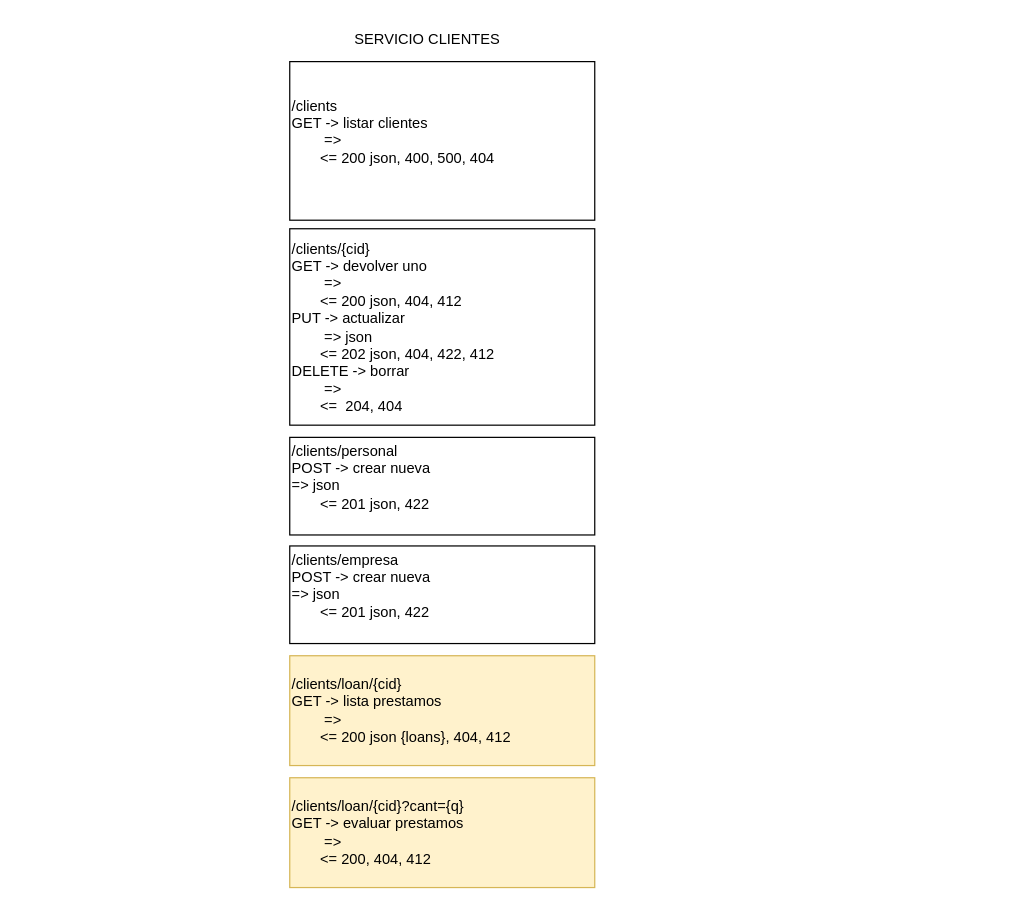
Earlier version of the draw.io diagram ApiCliente.drawio (rrdamirr/Reto6Equipo4). Source tidied: cells renumbered, new cells numbered last; positions are measured from the earlier drawing's top-left corner, leaving out a move shared by most shapes. Both pictures are drawn from the tidied source at 122%, with x=0, y=0 at pixel (289, 21).
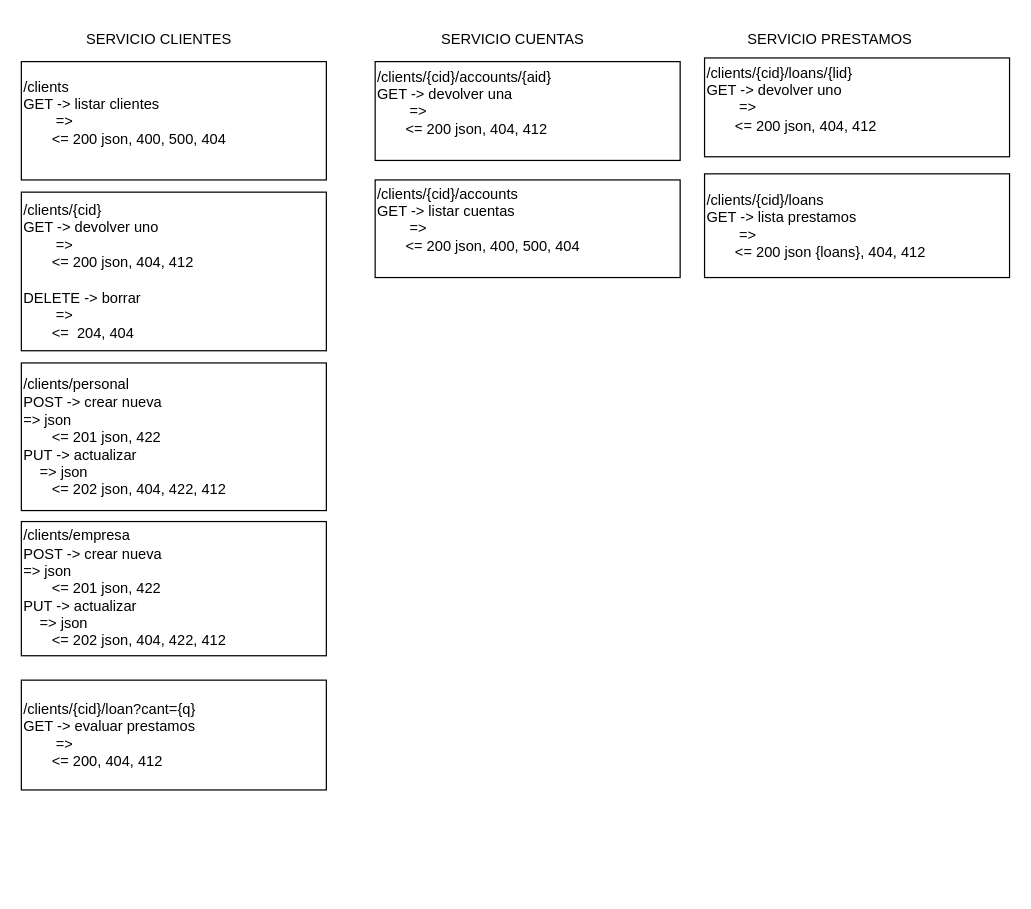
After the change.

The edit, as a diff of the source:
```diff
@@
 <mxGraphModel>
   <root>
     <mxCell id="0" />
     <mxCell id="1" parent="0" />
     <mxCell id="2" value="/clients&lt;br&gt;GET -&amp;gt; listar clientes&lt;br&gt;&amp;nbsp; &amp;nbsp; &amp;nbsp; &amp;nbsp; =&amp;gt;&amp;nbsp;&lt;br&gt;&amp;nbsp; &amp;nbsp; &amp;nbsp; &amp;nbsp;&amp;lt;= 200 json, 400, 500, 404&amp;nbsp;&lt;div&gt;&lt;br/&gt;&lt;/div&gt;" style="rounded=0;whiteSpace=wrap;html=1;align=left;" parent="1" vertex="1">
-      <mxGeometry y="33" width="250" height="130" as="geometry" />
+      <mxGeometry x="-220" y="33" width="250" height="97" as="geometry" />
     </mxCell>
     <mxCell id="3" value="SERVICIO CLIENTES" style="text;html=1;align=center;verticalAlign=middle;whiteSpace=wrap;rounded=0;" parent="1" vertex="1">
-      <mxGeometry x="30" width="166" height="30" as="geometry" />
+      <mxGeometry x="-190" width="166" height="30" as="geometry" />
     </mxCell>
-    <mxCell id="4" value="/clients/{cid}&lt;br&gt;GET -&amp;gt; devolver uno&lt;br&gt;&amp;nbsp; &amp;nbsp; &amp;nbsp; &amp;nbsp; =&amp;gt;&amp;nbsp;&lt;br&gt;&amp;nbsp; &amp;nbsp; &amp;nbsp; &amp;nbsp;&amp;lt;= 200 json, 404, 412&amp;nbsp;&lt;br&gt;PUT -&amp;gt; actualizar&lt;br&gt;&lt;span style=&quot;white-space: pre;&quot;&gt;&#9;&lt;/span&gt;=&amp;gt; json&lt;br&gt;&amp;nbsp; &amp;nbsp; &amp;nbsp; &amp;nbsp;&amp;lt;= 202 json, 404, 422, 412&lt;br&gt;DELETE -&amp;gt; borrar&lt;br&gt;&amp;nbsp; &amp;nbsp; &amp;nbsp; &amp;nbsp; =&amp;gt;&amp;nbsp;&lt;br&gt;&amp;nbsp; &amp;nbsp; &amp;nbsp; &amp;nbsp;&amp;lt;=&amp;nbsp; 204, 404" style="rounded=0;whiteSpace=wrap;html=1;align=left;" parent="1" vertex="1">
-      <mxGeometry y="170" width="250" height="161" as="geometry" />
+    <mxCell id="4" value="/clients/{cid}&lt;br&gt;GET -&amp;gt; devolver uno&lt;br&gt;&amp;nbsp; &amp;nbsp; &amp;nbsp; &amp;nbsp; =&amp;gt;&amp;nbsp;&lt;br&gt;&amp;nbsp; &amp;nbsp; &amp;nbsp; &amp;nbsp;&amp;lt;= 200 json, 404, 412&amp;nbsp;&lt;br&gt;&lt;br&gt;DELETE -&amp;gt; borrar&lt;br&gt;&amp;nbsp; &amp;nbsp; &amp;nbsp; &amp;nbsp; =&amp;gt;&amp;nbsp;&lt;br&gt;&amp;nbsp; &amp;nbsp; &amp;nbsp; &amp;nbsp;&amp;lt;=&amp;nbsp; 204, 404" style="rounded=0;whiteSpace=wrap;html=1;align=left;" parent="1" vertex="1">
+      <mxGeometry x="-220" y="140" width="250" height="130" as="geometry" />
     </mxCell>
-    <mxCell id="5" value="/clients/loan/{cid}&lt;br&gt;GET -&amp;gt; lista prestamos&lt;br&gt;&amp;nbsp; &amp;nbsp; &amp;nbsp; &amp;nbsp; =&amp;gt;&amp;nbsp;&lt;br&gt;&amp;nbsp; &amp;nbsp; &amp;nbsp; &amp;nbsp;&amp;lt;= 200 json {loans}, 404, 412&amp;nbsp;" style="rounded=0;whiteSpace=wrap;html=1;align=left;fillColor=#fff2cc;strokeColor=#d6b656;" parent="1" vertex="1">
-      <mxGeometry y="520" width="250" height="90" as="geometry" />
+    <mxCell id="5" value="/clients/{cid}/loans&lt;br&gt;GET -&amp;gt; lista prestamos&lt;br&gt;&amp;nbsp; &amp;nbsp; &amp;nbsp; &amp;nbsp; =&amp;gt;&amp;nbsp;&lt;br&gt;&amp;nbsp; &amp;nbsp; &amp;nbsp; &amp;nbsp;&amp;lt;= 200 json {loans}, 404, 412&amp;nbsp;" style="rounded=0;whiteSpace=wrap;html=1;align=left;fillColor=#FFFFFF;strokeColor=#000000;shadow=0;" parent="1" vertex="1">
+      <mxGeometry x="340" y="125" width="250" height="85" as="geometry" />
     </mxCell>
-    <mxCell id="6" value="/clients/loan/{cid}?cant={q}&lt;br&gt;GET -&amp;gt; evaluar prestamos&lt;br&gt;&amp;nbsp; &amp;nbsp; &amp;nbsp; &amp;nbsp; =&amp;gt;&amp;nbsp;&lt;br&gt;&amp;nbsp; &amp;nbsp; &amp;nbsp; &amp;nbsp;&amp;lt;= 200, 404, 412&amp;nbsp;" style="rounded=0;whiteSpace=wrap;html=1;align=left;fillColor=#fff2cc;strokeColor=#d6b656;" parent="1" vertex="1">
-      <mxGeometry y="620" width="250" height="90" as="geometry" />
+    <mxCell id="6" value="/clients/{cid}/loan?cant={q}&lt;br&gt;GET -&amp;gt; evaluar prestamos&lt;br&gt;&amp;nbsp; &amp;nbsp; &amp;nbsp; &amp;nbsp; =&amp;gt;&amp;nbsp;&lt;br&gt;&amp;nbsp; &amp;nbsp; &amp;nbsp; &amp;nbsp;&amp;lt;= 200, 404, 412&amp;nbsp;" style="rounded=0;whiteSpace=wrap;html=1;align=left;fillColor=#FFFFFF;strokeColor=#000000;" parent="1" vertex="1">
+      <mxGeometry x="-220" y="540" width="250" height="90" as="geometry" />
     </mxCell>
-    <mxCell id="7" value="/clients/personal&lt;br&gt;POST -&amp;gt; crear nueva&amp;nbsp;&lt;br style=&quot;border-color: var(--border-color);&quot;&gt;&#9;=&amp;gt; json&lt;br style=&quot;border-color: var(--border-color);&quot;&gt;&amp;nbsp; &amp;nbsp; &amp;nbsp; &amp;nbsp;&amp;lt;= 201 json, 422&lt;div&gt;&lt;br/&gt;&lt;/div&gt;" style="rounded=0;whiteSpace=wrap;html=1;align=left;" parent="1" vertex="1">
-      <mxGeometry y="341" width="250" height="80" as="geometry" />
+    <mxCell id="7" value="/clients/personal&lt;br&gt;POST -&amp;gt; crear nueva&amp;nbsp;&lt;br style=&quot;border-color: var(--border-color);&quot;&gt;&#9;=&amp;gt; json&lt;br style=&quot;border-color: var(--border-color);&quot;&gt;&amp;nbsp; &amp;nbsp; &amp;nbsp; &amp;nbsp;&amp;lt;= 201 json, 422&lt;div&gt;PUT -&amp;gt; actualizar&lt;br style=&quot;border-color: var(--border-color);&quot;&gt;&lt;span style=&quot;white-space: pre;&quot;&gt;&amp;nbsp;&amp;nbsp;&amp;nbsp;&amp;nbsp;&lt;/span&gt;=&amp;gt; json&lt;br style=&quot;border-color: var(--border-color);&quot;&gt;&amp;nbsp; &amp;nbsp; &amp;nbsp; &amp;nbsp;&amp;lt;= 202 json, 404, 422, 412&lt;br&gt;&lt;/div&gt;" style="rounded=0;whiteSpace=wrap;html=1;align=left;" parent="1" vertex="1">
+      <mxGeometry x="-220" y="280" width="250" height="121" as="geometry" />
     </mxCell>
-    <mxCell id="8" value="/clients/empresa&lt;br&gt;POST -&amp;gt; crear nueva&amp;nbsp;&lt;br style=&quot;border-color: var(--border-color);&quot;&gt;&#9;=&amp;gt; json&lt;br style=&quot;border-color: var(--border-color);&quot;&gt;&amp;nbsp; &amp;nbsp; &amp;nbsp; &amp;nbsp;&amp;lt;= 201 json, 422&lt;div&gt;&lt;br&gt;&lt;/div&gt;" style="rounded=0;whiteSpace=wrap;html=1;align=left;" parent="1" vertex="1">
-      <mxGeometry y="430" width="250" height="80" as="geometry" />
+    <mxCell id="8" value="/clients/empresa&lt;br&gt;POST -&amp;gt; crear nueva&amp;nbsp;&lt;br style=&quot;border-color: var(--border-color);&quot;&gt;&#9;=&amp;gt; json&lt;br style=&quot;border-color: var(--border-color);&quot;&gt;&amp;nbsp; &amp;nbsp; &amp;nbsp; &amp;nbsp;&amp;lt;= 201 json, 422&lt;div&gt;PUT -&amp;gt; actualizar&lt;br style=&quot;border-color: var(--border-color);&quot;&gt;&lt;span style=&quot;white-space: pre;&quot;&gt;&amp;nbsp;&amp;nbsp;&amp;nbsp;&amp;nbsp;&lt;/span&gt;=&amp;gt; json&lt;br style=&quot;border-color: var(--border-color);&quot;&gt;&amp;nbsp; &amp;nbsp; &amp;nbsp; &amp;nbsp;&amp;lt;= 202 json, 404, 422, 412&lt;br&gt;&lt;/div&gt;" style="rounded=0;whiteSpace=wrap;html=1;align=left;" parent="1" vertex="1">
+      <mxGeometry x="-220" y="410" width="250" height="110" as="geometry" />
     </mxCell>
+    <mxCell id="9" value="SERVICIO CUENTAS" style="text;html=1;align=center;verticalAlign=middle;whiteSpace=wrap;rounded=0;" parent="1" vertex="1">
+      <mxGeometry x="100" width="166" height="30" as="geometry" />
+    </mxCell>
+    <mxCell id="10" value="/clients/{cid}/accounts/{aid}&lt;br&gt;GET -&amp;gt; devolver una&lt;br&gt;&amp;nbsp; &amp;nbsp; &amp;nbsp; &amp;nbsp; =&amp;gt;&amp;nbsp;&lt;br&gt;&amp;nbsp; &amp;nbsp; &amp;nbsp; &amp;nbsp;&amp;lt;= 200 json, 404, 412&amp;nbsp;&lt;div&gt;&lt;br&gt;&lt;/div&gt;" style="rounded=0;whiteSpace=wrap;html=1;align=left;" parent="1" vertex="1">
+      <mxGeometry x="70" y="33" width="250" height="81" as="geometry" />
+    </mxCell>
+    <mxCell id="11" value="SERVICIO PRESTAMOS" style="text;html=1;align=center;verticalAlign=middle;whiteSpace=wrap;rounded=0;" parent="1" vertex="1">
+      <mxGeometry x="360" width="166" height="30" as="geometry" />
+    </mxCell>
+    <mxCell id="12" value="/clients/{cid}/loans/{lid}&lt;br&gt;GET -&amp;gt; devolver uno&lt;br&gt;&amp;nbsp; &amp;nbsp; &amp;nbsp; &amp;nbsp; =&amp;gt;&amp;nbsp;&lt;br&gt;&amp;nbsp; &amp;nbsp; &amp;nbsp; &amp;nbsp;&amp;lt;= 200 json, 404, 412&amp;nbsp;&lt;div&gt;&lt;br&gt;&lt;/div&gt;" style="rounded=0;whiteSpace=wrap;html=1;align=left;" parent="1" vertex="1">
+      <mxGeometry x="340" y="30" width="250" height="81" as="geometry" />
+    </mxCell>
+    <mxCell id="13" value="/clients/{cid}/accounts&lt;br&gt;GET -&amp;gt; listar cuentas&lt;br&gt;&amp;nbsp; &amp;nbsp; &amp;nbsp; &amp;nbsp; =&amp;gt;&amp;nbsp;&lt;br&gt;&amp;nbsp; &amp;nbsp; &amp;nbsp; &amp;nbsp;&amp;lt;= 200 json, 400, 500, 404&amp;nbsp;&lt;div&gt;&lt;br&gt;&lt;/div&gt;" style="rounded=0;whiteSpace=wrap;html=1;align=left;" parent="1" vertex="1">
+      <mxGeometry x="70" y="130" width="250" height="80" as="geometry" />
+    </mxCell>
   </root>
 </mxGraphModel>
```
